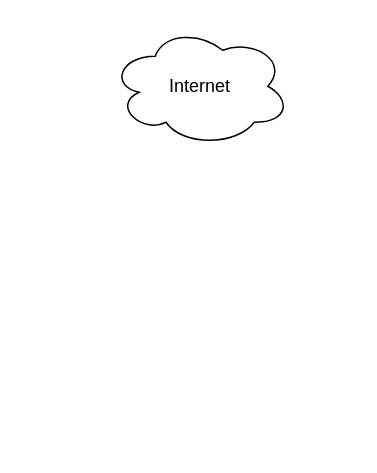
Before: Untitled Diagram.drawio in buchok/hello-world, a draw.io diagram. Source tidied: cells renumbered, new cells numbered last; positions are measured from the earlier drawing's top-left corner, leaving out a move shared by most shapes. Both pictures are drawn from the tidied source at 150%, with x=0, y=0 at pixel (110, 26).
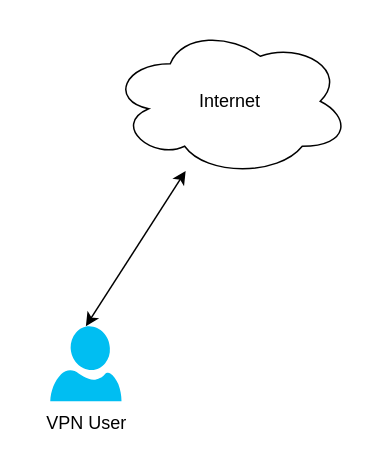
Above is the later version.

The edit, as a diff of the source:
```diff
@@
 <mxGraphModel>
   <root>
     <mxCell id="0" />
     <mxCell id="1" parent="0" />
     <mxCell id="2" value="Internet" style="ellipse;shape=cloud;whiteSpace=wrap;html=1;" parent="1" vertex="1">
-      <mxGeometry width="120" height="80" as="geometry" />
+      <mxGeometry width="160" height="100" as="geometry" />
     </mxCell>
+    <mxCell id="3" style="verticalLabelPosition=bottom;html=1;verticalAlign=top;align=center;strokeColor=none;fillColor=#00BEF2;shape=mxgraph.azure.user;" parent="1" vertex="1">
+      <mxGeometry x="-40" y="200" width="47.5" height="50" as="geometry" />
+    </mxCell>
+    <mxCell id="4" value="VPN User" style="text;html=1;align=center;verticalAlign=middle;strokeColor=none;fillColor=none;" parent="1" vertex="1">
+      <mxGeometry x="-56.2" y="250" width="80" height="30" as="geometry" />
+    </mxCell>
+    <mxCell id="5" style="endArrow=classic;startArrow=classic;html=1;rounded=0;exitX=0.5;exitY=0;exitDx=0;exitDy=0;exitPerimeter=0;" parent="1" edge="1" source="3" target="2">
+      <mxGeometry relative="1" as="geometry" />
+    </mxCell>
   </root>
 </mxGraphModel>
```
